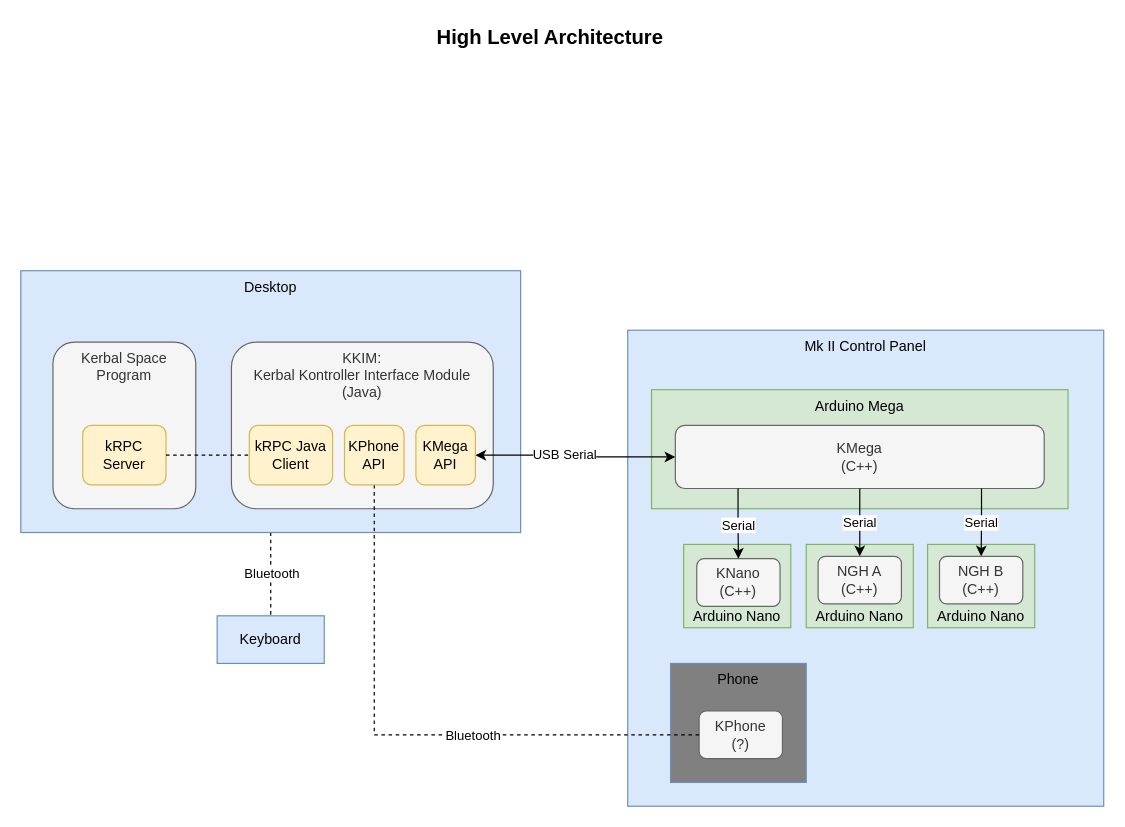
mountaineerman/KCP2 keeps this draw.io diagram as page "High Level Architecture" (1 of 2) of Diagrams/SystemArchitecture.drawio. Above is the earlier version. Source tidied: cells renumbered, new cells numbered last; positions are measured from the earlier drawing's top-left corner, leaving out a move shared by most shapes. Both pictures are drawn from the tidied source at 119%, with x=0, y=0 at pixel (20, 20).
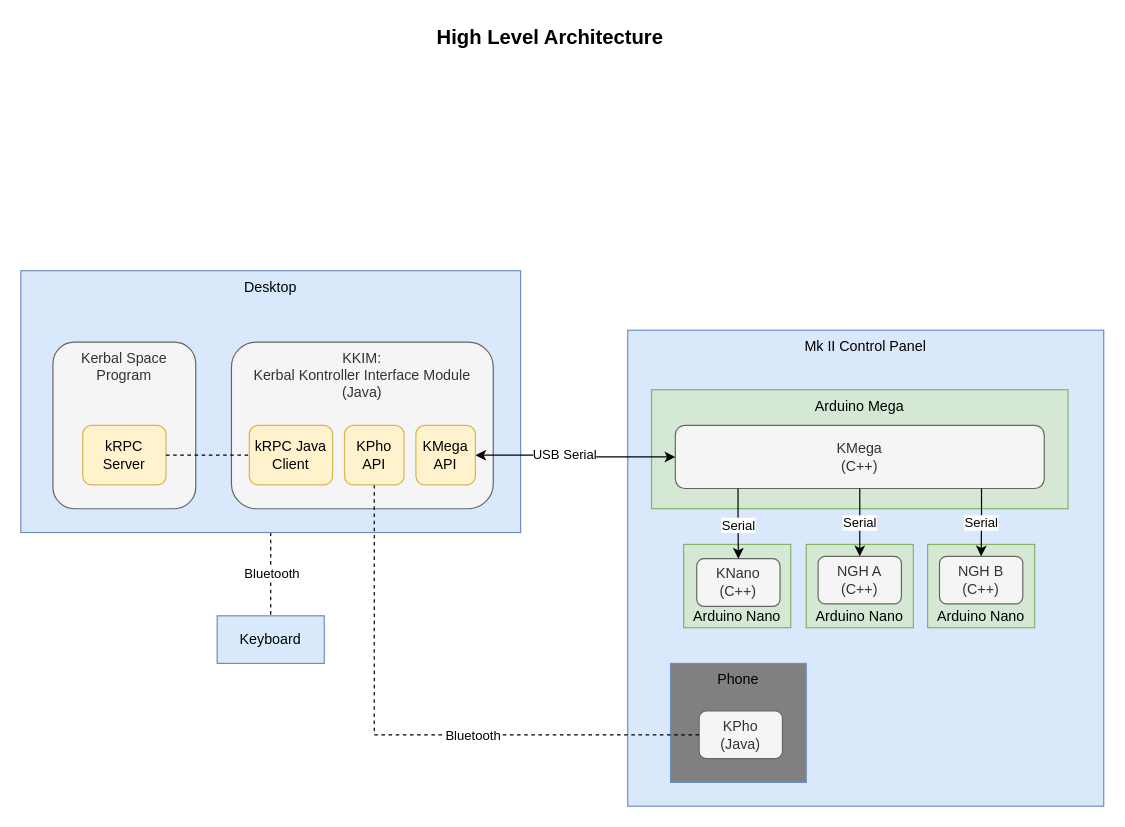
Above is the later version.

Commit message (it also covers changes not shown here):
KPho: Added basic layout

What changed in the source:
```diff
@@
-    <mxCell id="17" value="KPhone&lt;br&gt;(?)" style="rounded=1;whiteSpace=wrap;html=1;verticalAlign=middle;fillColor=#f5f5f5;strokeColor=#666666;fontColor=#333333;" parent="7" vertex="1">
+    <mxCell id="17" value="KPho&lt;br&gt;(Java)" style="rounded=1;whiteSpace=wrap;html=1;verticalAlign=middle;fillColor=#f5f5f5;strokeColor=#666666;fontColor=#333333;" parent="7" vertex="1">
       <mxGeometry x="570" y="580" width="70" height="40" as="geometry" />
     </mxCell>
@@
-    <mxCell id="23" value="KPhone&lt;br&gt;API" style="rounded=1;whiteSpace=wrap;html=1;verticalAlign=middle;fillColor=#fff2cc;strokeColor=#d6b656;" parent="7" vertex="1">
+    <mxCell id="23" value="KPho&lt;br&gt;API" style="rounded=1;whiteSpace=wrap;html=1;verticalAlign=middle;fillColor=#fff2cc;strokeColor=#d6b656;" parent="7" vertex="1">
       <mxGeometry x="272" y="340" width="50" height="50" as="geometry" />
     </mxCell>
```
